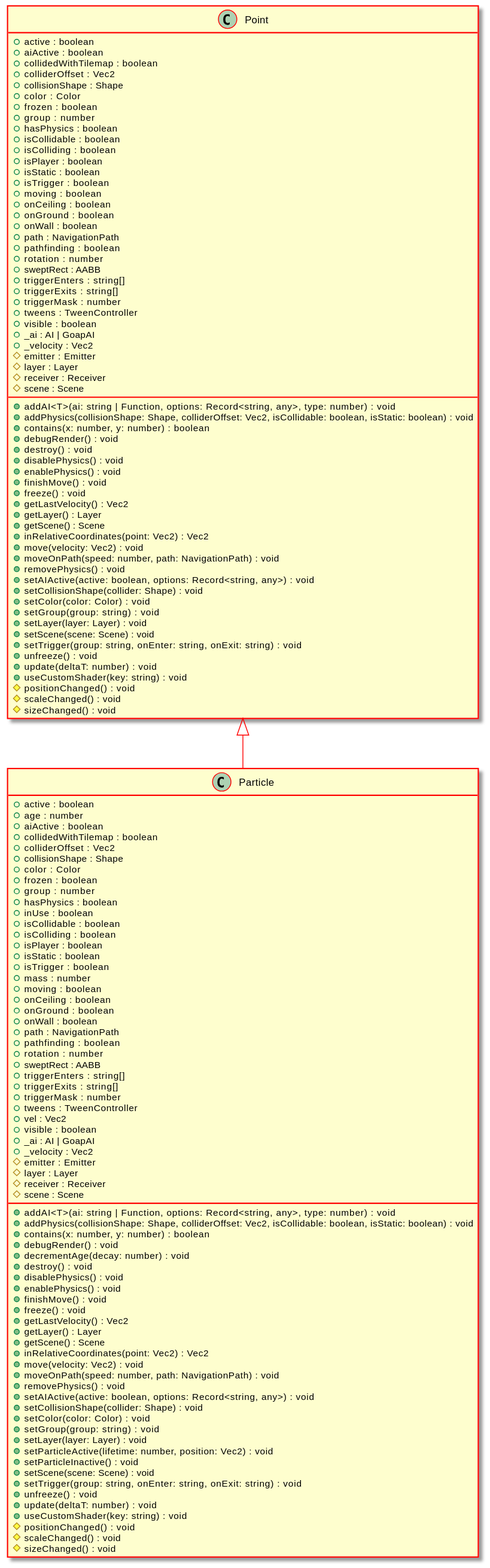
Above: docs/api/assets/Particle-umlClassDiagram-2646.svg in Test123938/Test2 (PlantUML), before the change. Source of this version:
```plantuml
@startuml
skinparam ClassArrowColor #ff0000
skinparam ClassBorderColor #ff0000
skinparam BackgroundColor transparent
hide empty methods
hide empty fields
class "Particle" {
    +active : boolean
    +age : number
    +aiActive : boolean
    +collidedWithTilemap : boolean
    +colliderOffset : Vec2
    +collisionShape : Shape
    +color : Color
    +frozen : boolean
    +group : number
    +hasPhysics : boolean
    +inUse : boolean
    +isCollidable : boolean
    +isColliding : boolean
    +isPlayer : boolean
    +isStatic : boolean
    +isTrigger : boolean
    +mass : number
    +moving : boolean
    +onCeiling : boolean
    +onGround : boolean
    +onWall : boolean
    +path : NavigationPath
    +pathfinding : boolean
    +rotation : number
    +sweptRect : AABB
    +triggerEnters : string[]
    +triggerExits : string[]
    +triggerMask : number
    +tweens : TweenController
    +vel : Vec2
    +visible : boolean
    +_ai : AI | GoapAI
    +_velocity : Vec2
    #emitter : Emitter
    #layer : Layer
    #receiver : Receiver
    #scene : Scene
    +addAI<T>(ai: string | Function, options: Record<string, any>, type: number) : void
    +addPhysics(collisionShape: Shape, colliderOffset: Vec2, isCollidable: boolean, isStatic: boolean) : void
    +contains(x: number, y: number) : boolean
    +debugRender() : void
    +decrementAge(decay: number) : void
    +destroy() : void
    +disablePhysics() : void
    +enablePhysics() : void
    +finishMove() : void
    +freeze() : void
    +getLastVelocity() : Vec2
    +getLayer() : Layer
    +getScene() : Scene
    +inRelativeCoordinates(point: Vec2) : Vec2
    +move(velocity: Vec2) : void
    +moveOnPath(speed: number, path: NavigationPath) : void
    +removePhysics() : void
    +setAIActive(active: boolean, options: Record<string, any>) : void
    +setCollisionShape(collider: Shape) : void
    +setColor(color: Color) : void
    +setGroup(group: string) : void
    +setLayer(layer: Layer) : void
    +setParticleActive(lifetime: number, position: Vec2) : void
    +setParticleInactive() : void
    +setScene(scene: Scene) : void
    +setTrigger(group: string, onEnter: string, onExit: string) : void
    +unfreeze() : void
    +update(deltaT: number) : void
    +useCustomShader(key: string) : void
    #positionChanged() : void
    #scaleChanged() : void
    #sizeChanged() : void
}
class "Point" {
    +active : boolean
    +aiActive : boolean
    +collidedWithTilemap : boolean
    +colliderOffset : Vec2
    +collisionShape : Shape
    +color : Color
    +frozen : boolean
    +group : number
    +hasPhysics : boolean
    +isCollidable : boolean
    +isColliding : boolean
    +isPlayer : boolean
    +isStatic : boolean
    +isTrigger : boolean
    +moving : boolean
    +onCeiling : boolean
    +onGround : boolean
    +onWall : boolean
    +path : NavigationPath
    +pathfinding : boolean
    +rotation : number
    +sweptRect : AABB
    +triggerEnters : string[]
    +triggerExits : string[]
    +triggerMask : number
    +tweens : TweenController
    +visible : boolean
    +_ai : AI | GoapAI
    +_velocity : Vec2
    #emitter : Emitter
    #layer : Layer
    #receiver : Receiver
    #scene : Scene
    +addAI<T>(ai: string | Function, options: Record<string, any>, type: number) : void
    +addPhysics(collisionShape: Shape, colliderOffset: Vec2, isCollidable: boolean, isStatic: boolean) : void
    +contains(x: number, y: number) : boolean
    +debugRender() : void
    +destroy() : void
    +disablePhysics() : void
    +enablePhysics() : void
    +finishMove() : void
    +freeze() : void
    +getLastVelocity() : Vec2
    +getLayer() : Layer
    +getScene() : Scene
    +inRelativeCoordinates(point: Vec2) : Vec2
    +move(velocity: Vec2) : void
    +moveOnPath(speed: number, path: NavigationPath) : void
    +removePhysics() : void
    +setAIActive(active: boolean, options: Record<string, any>) : void
    +setCollisionShape(collider: Shape) : void
    +setColor(color: Color) : void
    +setGroup(group: string) : void
    +setLayer(layer: Layer) : void
    +setScene(scene: Scene) : void
    +setTrigger(group: string, onEnter: string, onExit: string) : void
    +unfreeze() : void
    +update(deltaT: number) : void
    +useCustomShader(key: string) : void
    #positionChanged() : void
    #scaleChanged() : void
    #sizeChanged() : void
}
"Point" <|-- "Particle"
@enduml
```
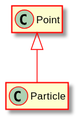
After the change.

The edit, as a diff of the source:
```diff
@@ -5,139 +5,8 @@
 hide empty methods
 hide empty fields
 class "Particle" {
-    +active : boolean
-    +age : number
-    +aiActive : boolean
-    +collidedWithTilemap : boolean
-    +colliderOffset : Vec2
-    +collisionShape : Shape
-    +color : Color
-    +frozen : boolean
-    +group : number
-    +hasPhysics : boolean
-    +inUse : boolean
-    +isCollidable : boolean
-    +isColliding : boolean
-    +isPlayer : boolean
-    +isStatic : boolean
-    +isTrigger : boolean
-    +mass : number
-    +moving : boolean
-    +onCeiling : boolean
-    +onGround : boolean
-    +onWall : boolean
-    +path : NavigationPath
-    +pathfinding : boolean
-    +rotation : number
-    +sweptRect : AABB
-    +triggerEnters : string[]
-    +triggerExits : string[]
-    +triggerMask : number
-    +tweens : TweenController
-    +vel : Vec2
-    +visible : boolean
-    +_ai : AI | GoapAI
-    +_velocity : Vec2
-    #emitter : Emitter
-    #layer : Layer
-    #receiver : Receiver
-    #scene : Scene
-    +addAI<T>(ai: string | Function, options: Record<string, any>, type: number) : void
-    +addPhysics(collisionShape: Shape, colliderOffset: Vec2, isCollidable: boolean, isStatic: boolean) : void
-    +contains(x: number, y: number) : boolean
-    +debugRender() : void
-    +decrementAge(decay: number) : void
-    +destroy() : void
-    +disablePhysics() : void
-    +enablePhysics() : void
-    +finishMove() : void
-    +freeze() : void
-    +getLastVelocity() : Vec2
-    +getLayer() : Layer
-    +getScene() : Scene
-    +inRelativeCoordinates(point: Vec2) : Vec2
-    +move(velocity: Vec2) : void
-    +moveOnPath(speed: number, path: NavigationPath) : void
-    +removePhysics() : void
-    +setAIActive(active: boolean, options: Record<string, any>) : void
-    +setCollisionShape(collider: Shape) : void
-    +setColor(color: Color) : void
-    +setGroup(group: string) : void
-    +setLayer(layer: Layer) : void
-    +setParticleActive(lifetime: number, position: Vec2) : void
-    +setParticleInactive() : void
-    +setScene(scene: Scene) : void
-    +setTrigger(group: string, onEnter: string, onExit: string) : void
-    +unfreeze() : void
-    +update(deltaT: number) : void
-    +useCustomShader(key: string) : void
-    #positionChanged() : void
-    #scaleChanged() : void
-    #sizeChanged() : void
 }
 class "Point" {
-    +active : boolean
-    +aiActive : boolean
-    +collidedWithTilemap : boolean
-    +colliderOffset : Vec2
-    +collisionShape : Shape
-    +color : Color
-    +frozen : boolean
-    +group : number
-    +hasPhysics : boolean
-    +isCollidable : boolean
-    +isColliding : boolean
-    +isPlayer : boolean
-    +isStatic : boolean
-    +isTrigger : boolean
-    +moving : boolean
-    +onCeiling : boolean
-    +onGround : boolean
-    +onWall : boolean
-    +path : NavigationPath
-    +pathfinding : boolean
-    +rotation : number
-    +sweptRect : AABB
-    +triggerEnters : string[]
-    +triggerExits : string[]
-    +triggerMask : number
-    +tweens : TweenController
-    +visible : boolean
-    +_ai : AI | GoapAI
-    +_velocity : Vec2
-    #emitter : Emitter
-    #layer : Layer
-    #receiver : Receiver
-    #scene : Scene
-    +addAI<T>(ai: string | Function, options: Record<string, any>, type: number) : void
-    +addPhysics(collisionShape: Shape, colliderOffset: Vec2, isCollidable: boolean, isStatic: boolean) : void
-    +contains(x: number, y: number) : boolean
-    +debugRender() : void
-    +destroy() : void
-    +disablePhysics() : void
-    +enablePhysics() : void
-    +finishMove() : void
-    +freeze() : void
-    +getLastVelocity() : Vec2
-    +getLayer() : Layer
-    +getScene() : Scene
-    +inRelativeCoordinates(point: Vec2) : Vec2
-    +move(velocity: Vec2) : void
-    +moveOnPath(speed: number, path: NavigationPath) : void
-    +removePhysics() : void
-    +setAIActive(active: boolean, options: Record<string, any>) : void
-    +setCollisionShape(collider: Shape) : void
-    +setColor(color: Color) : void
-    +setGroup(group: string) : void
-    +setLayer(layer: Layer) : void
-    +setScene(scene: Scene) : void
-    +setTrigger(group: string, onEnter: string, onExit: string) : void
-    +unfreeze() : void
-    +update(deltaT: number) : void
-    +useCustomShader(key: string) : void
-    #positionChanged() : void
-    #scaleChanged() : void
-    #sizeChanged() : void
 }
 "Point" <|-- "Particle"
 @enduml
```
